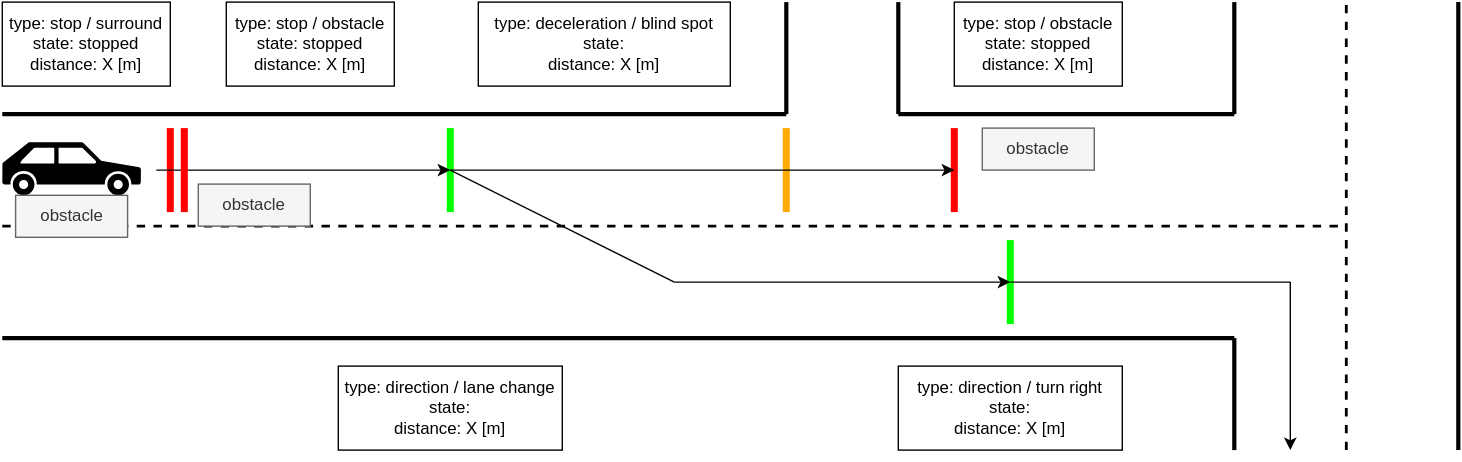
Earlier version of the draw.io export pr-7/design/autoware-interfaces/ad-api/list/api/motion/factors.drawio.svg (tier4/autoware-documentation). Source tidied: cells renumbered, new cells last; positions are measured from the earlier drawing's top-left corner, leaving out a move shared by most shapes.
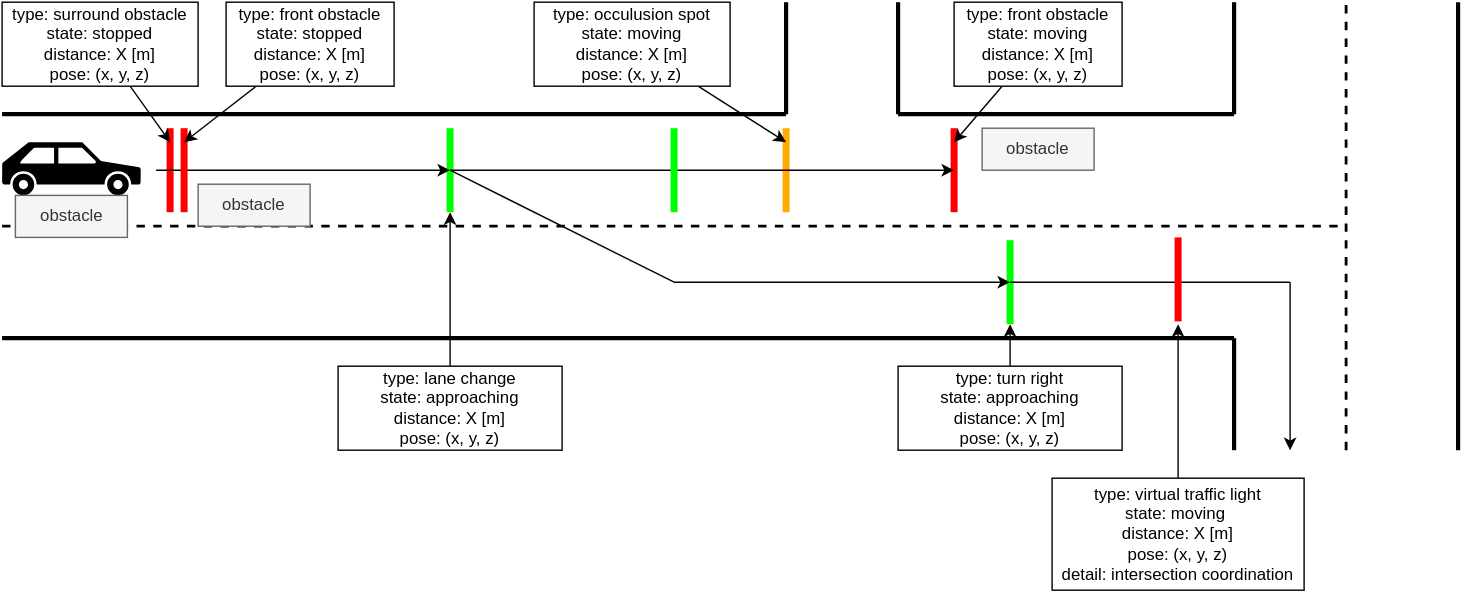
After the commit.

Change to the diagram source:
```diff
@@ -146,23 +146,73 @@
         <mxPoint x="130" y="90" as="targetPoint" />
       </mxGeometry>
     </mxCell>
+    <mxCell id="34" style="edgeStyle=none;html=1;" parent="1" edge="1" source="28">
+      <mxGeometry relative="1" as="geometry">
+        <mxPoint x="120" y="100" as="targetPoint" />
+      </mxGeometry>
+    </mxCell>
-    <mxCell id="28" value="type: stop /&amp;nbsp;surround&lt;br&gt;state: stopped&lt;br&gt;distance: X [m]" style="rounded=0;whiteSpace=wrap;html=1;" parent="1" vertex="1">
-      <mxGeometry width="120" height="60" as="geometry" />
+    <mxCell id="28" value="type: surround obstacle&lt;br&gt;state: stopped&lt;br&gt;distance: X [m]&lt;br&gt;pose: (x, y, z)" style="rounded=0;whiteSpace=wrap;html=1;" parent="1" vertex="1">
+      <mxGeometry width="140" height="60" as="geometry" />
     </mxCell>
+    <mxCell id="35" style="edgeStyle=none;html=1;" parent="1" edge="1" source="29">
+      <mxGeometry relative="1" as="geometry">
+        <mxPoint x="130" y="100" as="targetPoint" />
+      </mxGeometry>
+    </mxCell>
-    <mxCell id="29" value="type: stop /&amp;nbsp;obstacle&lt;br&gt;state: stopped&lt;br&gt;distance: X [m]" style="rounded=0;whiteSpace=wrap;html=1;" parent="1" vertex="1">
+    <mxCell id="29" value="type: front obstacle&lt;br&gt;state: stopped&lt;br&gt;distance: X [m]&lt;br&gt;pose: (x, y, z)" style="rounded=0;whiteSpace=wrap;html=1;" parent="1" vertex="1">
       <mxGeometry x="160" width="120" height="60" as="geometry" />
     </mxCell>
+    <mxCell id="36" style="edgeStyle=none;html=1;" parent="1" edge="1" source="30">
+      <mxGeometry relative="1" as="geometry">
+        <mxPoint x="320" y="150" as="targetPoint" />
+      </mxGeometry>
+    </mxCell>
-    <mxCell id="30" value="type: direction / lane change&lt;br&gt;state:&amp;nbsp;&lt;br&gt;distance: X [m]" style="rounded=0;whiteSpace=wrap;html=1;" parent="1" vertex="1">
+    <mxCell id="30" value="type: lane change&lt;br&gt;state:&amp;nbsp;approaching&lt;br&gt;distance: X [m]&lt;br&gt;pose: (x, y, z)" style="rounded=0;whiteSpace=wrap;html=1;" parent="1" vertex="1">
       <mxGeometry x="240" y="260" width="160" height="60" as="geometry" />
     </mxCell>
+    <mxCell id="37" style="edgeStyle=none;html=1;" parent="1" edge="1" source="31">
+      <mxGeometry relative="1" as="geometry">
+        <mxPoint x="720" y="230" as="targetPoint" />
+      </mxGeometry>
+    </mxCell>
-    <mxCell id="31" value="type: direction / turn right&lt;br&gt;state:&amp;nbsp;&lt;br&gt;distance: X [m]" style="rounded=0;whiteSpace=wrap;html=1;" parent="1" vertex="1">
+    <mxCell id="31" value="type: turn right&lt;br&gt;state:&amp;nbsp;approaching&lt;br&gt;distance: X [m]&lt;br&gt;pose: (x, y, z)" style="rounded=0;whiteSpace=wrap;html=1;" parent="1" vertex="1">
       <mxGeometry x="640" y="260" width="160" height="60" as="geometry" />
     </mxCell>
+    <mxCell id="38" style="edgeStyle=none;html=1;" parent="1" edge="1" source="32">
+      <mxGeometry relative="1" as="geometry">
+        <mxPoint x="560" y="100" as="targetPoint" />
+      </mxGeometry>
+    </mxCell>
-    <mxCell id="32" value="type: deceleration / blind spot&lt;br&gt;state:&amp;nbsp;&lt;br&gt;distance: X [m]" style="rounded=0;whiteSpace=wrap;html=1;" parent="1" vertex="1">
-      <mxGeometry x="340" width="180" height="60" as="geometry" />
+    <mxCell id="32" value="type: occulusion spot&lt;br&gt;state:&amp;nbsp;moving&lt;br&gt;distance: X [m]&lt;br&gt;pose: (x, y, z)" style="rounded=0;whiteSpace=wrap;html=1;" parent="1" vertex="1">
+      <mxGeometry x="380" width="140" height="60" as="geometry" />
     </mxCell>
+    <mxCell id="39" style="edgeStyle=none;html=1;" parent="1" edge="1" source="33">
+      <mxGeometry relative="1" as="geometry">
+        <mxPoint x="680" y="100" as="targetPoint" />
+      </mxGeometry>
+    </mxCell>
-    <mxCell id="33" value="type: stop /&amp;nbsp;obstacle&lt;br&gt;state: stopped&lt;br&gt;distance: X [m]" style="rounded=0;whiteSpace=wrap;html=1;" parent="1" vertex="1">
+    <mxCell id="33" value="type: front obstacle&lt;br&gt;state: moving&lt;br&gt;distance: X [m]&lt;br&gt;pose: (x, y, z)" style="rounded=0;whiteSpace=wrap;html=1;" parent="1" vertex="1">
       <mxGeometry x="680" width="120" height="60" as="geometry" />
     </mxCell>
+    <mxCell id="40" style="edgeStyle=none;html=1;" parent="1" edge="1" source="41">
+      <mxGeometry relative="1" as="geometry">
+        <mxPoint x="840" y="230" as="targetPoint" />
+      </mxGeometry>
+    </mxCell>
+    <mxCell id="41" value="type: virtual traffic light&lt;br&gt;state: moving&lt;span style=&quot;color: rgba(0 , 0 , 0 , 0) ; font-family: monospace ; font-size: 0px&quot;&gt;%3CmxGraphModel%3E%3Croot%3E%3CmxCell%20id%3D%220%22%2F%3E%3CmxCell%20id%3D%221%22%20parent%3D%220%22%2F%3E%3CmxCell%20id%3D%222%22%20value%3D%22%22%20style%3D%22endArrow%3Dnone%3Bhtml%3D1%3B%22%20edge%3D%221%22%20parent%3D%221%22%3E%3CmxGeometry%20width%3D%2250%22%20height%3D%2250%22%20relative%3D%221%22%20as%3D%22geometry%22%3E%3CmxPoint%20x%3D%22530%22%20y%3D%22250%22%20as%3D%22sourcePoint%22%2F%3E%3CmxPoint%20x%3D%22580%22%20y%3D%22200%22%20as%3D%22targetPoint%22%2F%3E%3C%2FmxGeometry%3E%3C%2FmxCell%3E%3C%2Froot%3E%3C%2FmxGraphModel%3E&lt;/span&gt;&lt;br&gt;distance: X [m]&lt;br&gt;pose: (x, y, z)&lt;br&gt;detail: intersection coordination" style="rounded=0;whiteSpace=wrap;html=1;" parent="1" vertex="1">
+      <mxGeometry x="750" y="340" width="180" height="80" as="geometry" />
+    </mxCell>
+    <mxCell id="42" style="endArrow=none;html=1;strokeWidth=5;fillColor=#e51400;strokeColor=#FF0000;" parent="1" edge="1">
+      <mxGeometry relative="1" as="geometry">
+        <mxPoint x="840" y="228" as="sourcePoint" />
+        <mxPoint x="840" y="168" as="targetPoint" />
+      </mxGeometry>
+    </mxCell>
+    <mxCell id="43" style="endArrow=none;html=1;strokeWidth=5;fillColor=#e51400;strokeColor=#00FF00;" parent="1" edge="1">
+      <mxGeometry relative="1" as="geometry">
+        <mxPoint x="480" y="150" as="sourcePoint" />
+        <mxPoint x="480" y="90" as="targetPoint" />
+      </mxGeometry>
+    </mxCell>
   </root>
 </mxGraphModel>
```
